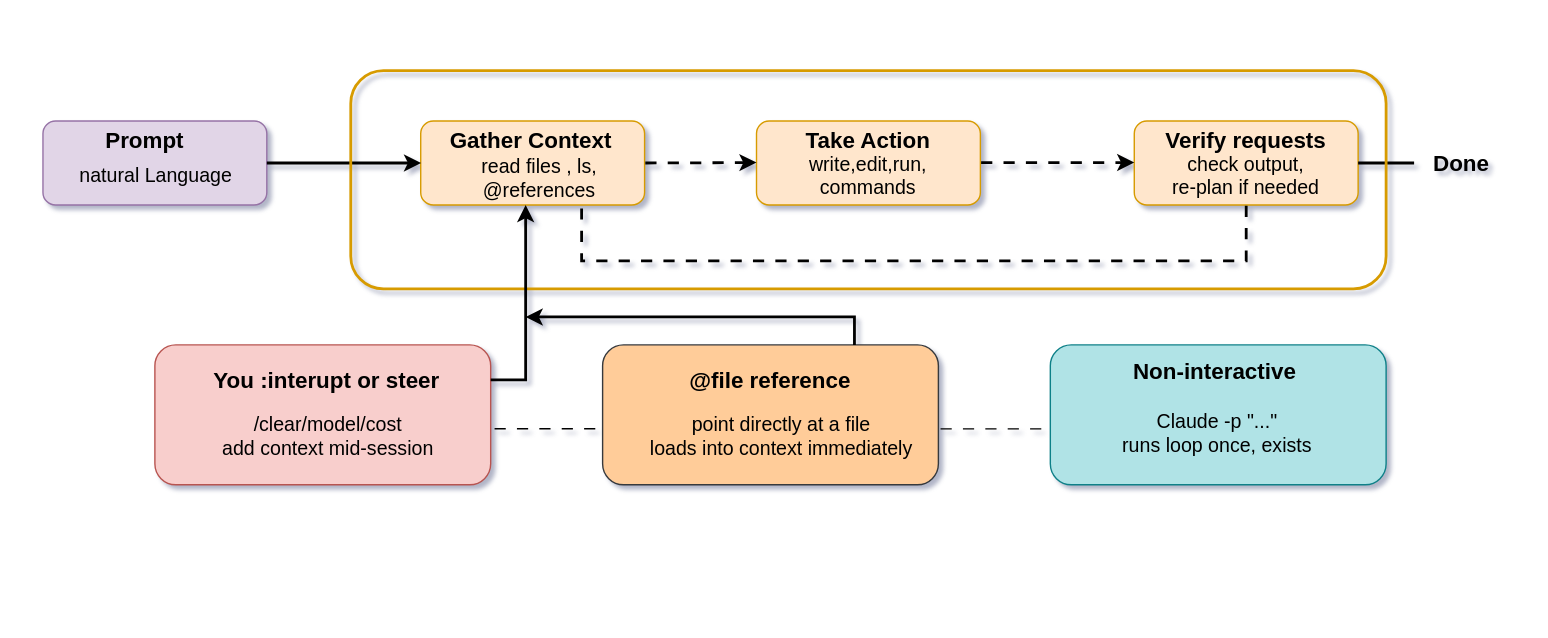
poridhiEng/lab-asset keeps this draw.io diagram as Claude Code/claude code fundamental/lab02/architecture.svg. Above is the earlier version. Source tidied: cells renumbered, new cells last; positions are measured from the earlier drawing's top-left corner, leaving out a move shared by most shapes.
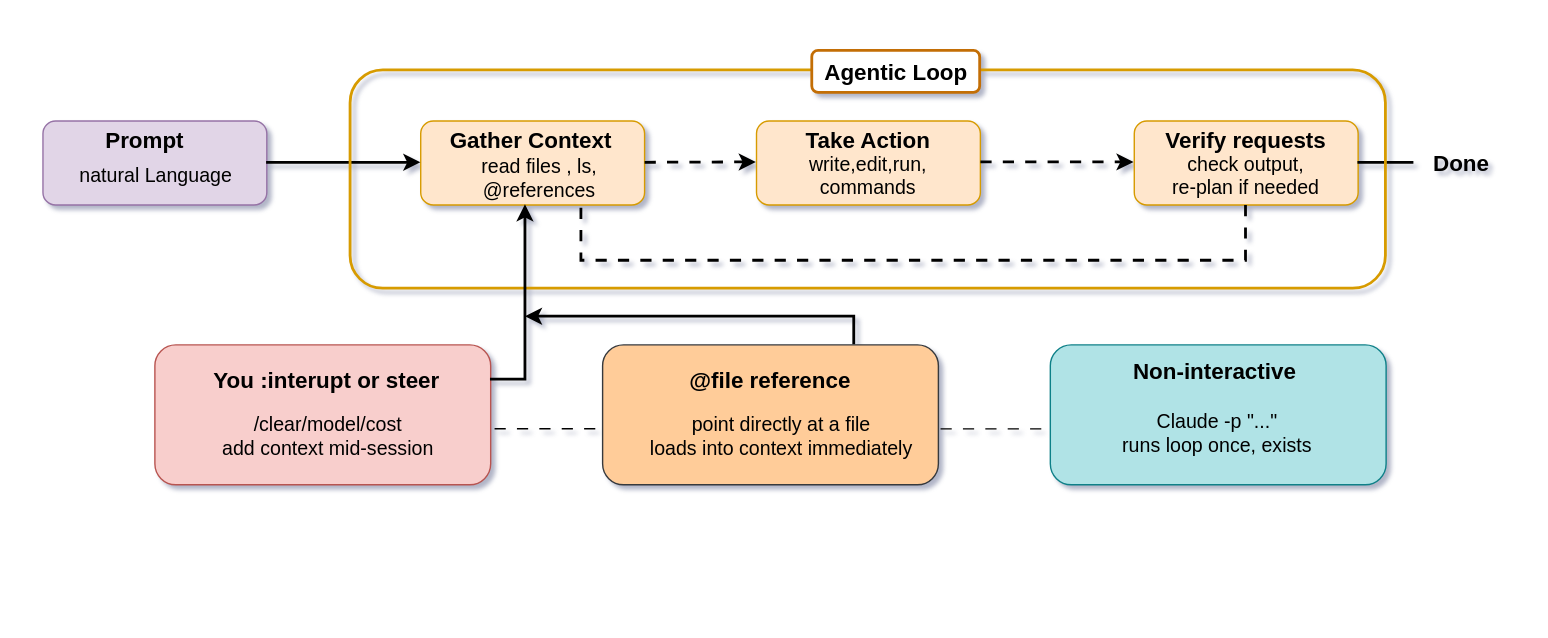
Above is the later version.

The edit, as a diff of the source:
```diff
@@ -135,5 +135,8 @@
         </Array>
       </mxGeometry>
     </mxCell>
+    <mxCell id="35" value="&lt;font style=&quot;font-size: 16px;&quot;&gt;&lt;b&gt;Agentic Loop&lt;/b&gt;&lt;/font&gt;" style="text;html=1;whiteSpace=wrap;strokeColor=#C36E05;fillColor=default;align=center;verticalAlign=middle;rounded=1;gradientColor=none;strokeWidth=2;" parent="1" vertex="1">
+      <mxGeometry x="580" y="36" width="120" height="30" as="geometry" />
+    </mxCell>
   </root>
 </mxGraphModel>
```
